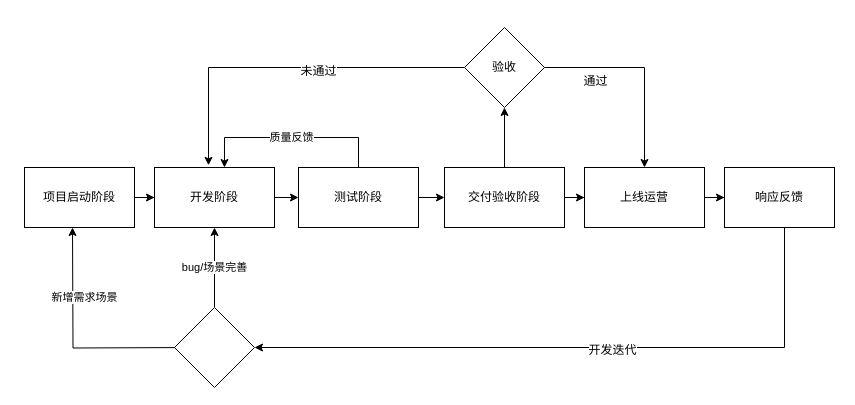
This is page "总体流程" (1 of 6) of 开发制度关键流程.drawio from mashifei/uml, a draw.io file, before an edit. Source tidied: cells renumbered, new cells numbered last; positions are measured from the earlier drawing's top-left corner, leaving out a move shared by most shapes. Both pictures are drawn from the tidied source at 100%, with x=0, y=0 at pixel (24, 27).
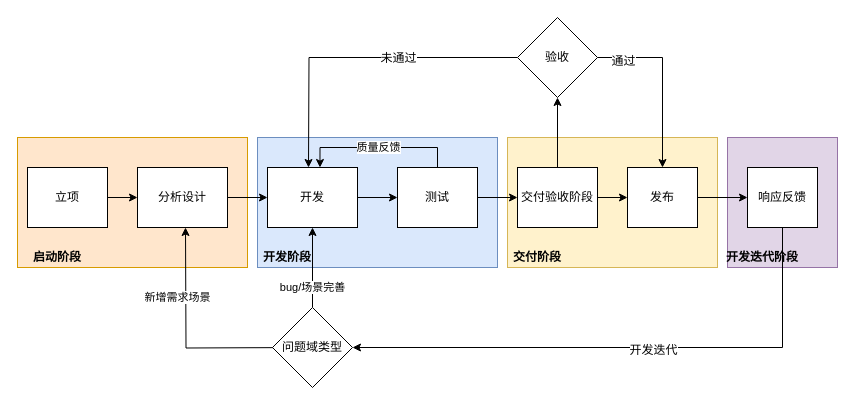
The same diagram, later.

Unchanged cells that the change refers to:
```xml
<mxCell id="23" style="edgeStyle=orthogonalEdgeStyle;rounded=0;jettySize=auto;html=1;entryX=0.5;entryY=0;entryDx=0;entryDy=0;exitX=1;exitY=0.5;exitDx=0;exitDy=0;" parent="1" edge="1" source="25" target="17">
  <mxGeometry relative="1" as="geometry" />
</mxCell>
```

Diff of the diagram source:
```diff
@@
+    <mxCell id="27" style="rounded=0;whiteSpace=wrap;html=1;fillColor=#e1d5e7;strokeColor=#9673a6;" parent="1" vertex="1">
+      <mxGeometry x="703" y="110" width="110" height="130" as="geometry" />
+    </mxCell>
+    <mxCell id="28" style="rounded=0;whiteSpace=wrap;html=1;fillColor=#fff2cc;strokeColor=#d6b656;" parent="1" vertex="1">
+      <mxGeometry x="483" y="110" width="210" height="130" as="geometry" />
+    </mxCell>
+    <mxCell id="29" style="rounded=0;whiteSpace=wrap;html=1;fillColor=#dae8fc;strokeColor=#6c8ebf;" parent="1" vertex="1">
+      <mxGeometry x="233" y="110" width="240" height="130" as="geometry" />
+    </mxCell>
+    <mxCell id="30" style="rounded=0;whiteSpace=wrap;html=1;fillColor=#ffe6cc;strokeColor=#d79b00;" parent="1" vertex="1">
+      <mxGeometry x="-7" y="110" width="230" height="130" as="geometry" />
+    </mxCell>
@@
-    <mxCell id="5" value="项目启动阶段" style="rounded=0;whiteSpace=wrap;html=1;" parent="1" vertex="1">
-      <mxGeometry y="140" width="110" height="60" as="geometry" />
+    <mxCell id="5" value="分析设计" style="rounded=0;whiteSpace=wrap;html=1;" parent="1" vertex="1">
+      <mxGeometry x="113" y="140" width="90" height="60" as="geometry" />
     </mxCell>
+    <mxCell id="31" style="edgeStyle=orthogonalEdgeStyle;rounded=0;jettySize=auto;html=1;entryX=0;entryY=0.5;entryDx=0;entryDy=0;" parent="1" edge="1" source="32" target="5">
+      <mxGeometry relative="1" as="geometry" />
+    </mxCell>
+    <mxCell id="32" value="立项" style="rounded=0;whiteSpace=wrap;html=1;" parent="1" vertex="1">
+      <mxGeometry x="3" y="140" width="80" height="60" as="geometry" />
+    </mxCell>
@@
-    <mxCell id="7" value="开发阶段" style="rounded=0;whiteSpace=wrap;html=1;" parent="1" vertex="1">
-      <mxGeometry x="130" y="140" width="120" height="60" as="geometry" />
+    <mxCell id="7" value="开发" style="rounded=0;whiteSpace=wrap;html=1;" parent="1" vertex="1">
+      <mxGeometry x="243" y="140" width="90" height="60" as="geometry" />
     </mxCell>
@@
     <mxCell id="9" value="质量反馈" style="edgeStyle=orthogonalEdgeStyle;rounded=0;jettySize=auto;html=1;entryX=0.583;entryY=0;entryDx=0;entryDy=0;entryPerimeter=0;exitX=0.5;exitY=0;exitDx=0;exitDy=0;" parent="1" edge="1" source="10" target="7">
       <mxGeometry relative="1" as="geometry">
         <Array as="points">
-          <mxPoint x="334" y="110" />
-          <mxPoint x="200" y="110" />
+          <mxPoint x="413" y="120" />
+          <mxPoint x="296" y="120" />
         </Array>
       </mxGeometry>
     </mxCell>
-    <mxCell id="10" value="测试阶段" style="rounded=0;whiteSpace=wrap;html=1;" parent="1" vertex="1">
-      <mxGeometry x="274" y="140" width="120" height="60" as="geometry" />
+    <mxCell id="10" value="测试" style="rounded=0;whiteSpace=wrap;html=1;" parent="1" vertex="1">
+      <mxGeometry x="373" y="140" width="80" height="60" as="geometry" />
     </mxCell>
@@
     <mxCell id="13" value="交付验收阶段" style="rounded=0;whiteSpace=wrap;html=1;" parent="1" vertex="1">
-      <mxGeometry x="420" y="140" width="120" height="60" as="geometry" />
+      <mxGeometry x="493" y="140" width="80" height="60" as="geometry" />
     </mxCell>
     <mxCell id="14" style="edgeStyle=orthogonalEdgeStyle;rounded=0;jettySize=auto;html=1;entryX=1;entryY=0.5;entryDx=0;entryDy=0;exitX=0.5;exitY=1;exitDx=0;exitDy=0;" parent="1" edge="1" source="26" target="20">
       <mxGeometry relative="1" as="geometry">
         <Array as="points">
-          <mxPoint x="760" y="320" />
+          <mxPoint x="758" y="320" />
         </Array>
       </mxGeometry>
     </mxCell>
@@
-    <mxCell id="17" value="上线运营" style="rounded=0;whiteSpace=wrap;html=1;" parent="1" vertex="1">
-      <mxGeometry x="560" y="140" width="120" height="60" as="geometry" />
+    <mxCell id="17" value="发布" style="rounded=0;whiteSpace=wrap;html=1;" parent="1" vertex="1">
+      <mxGeometry x="603" y="140" width="70" height="60" as="geometry" />
     </mxCell>
     <mxCell id="18" value="bug/场景完善" style="edgeStyle=orthogonalEdgeStyle;rounded=0;jettySize=auto;html=1;entryX=0.5;entryY=1;entryDx=0;entryDy=0;" parent="1" edge="1" source="20" target="7">
-      <mxGeometry relative="1" as="geometry" />
+      <mxGeometry x="-0.5" relative="1" as="geometry">
+        <Array as="points">
+          <mxPoint x="288" y="260" />
+          <mxPoint x="288" y="260" />
+        </Array>
+      </mxGeometry>
     </mxCell>
     <mxCell id="19" value="新增需求场景" style="edgeStyle=orthogonalEdgeStyle;rounded=0;orthogonalLoop=1;jettySize=auto;html=1;entryX=0.5;entryY=1;entryDx=0;entryDy=0;" parent="1" edge="1">
-      <mxGeometry x="0.42" y="-12" relative="1" as="geometry">
-        <mxPoint x="168" y="320" as="sourcePoint" />
-        <mxPoint x="48" y="200" as="targetPoint" />
+      <mxGeometry y="-51" relative="1" as="geometry">
+        <mxPoint x="281" y="320" as="sourcePoint" />
+        <mxPoint x="161" y="200" as="targetPoint" />
+        <mxPoint x="-59" y="-50" as="offset" />
       </mxGeometry>
     </mxCell>
-    <mxCell id="20" style="rhombus;whiteSpace=wrap;html=1;" parent="1" vertex="1">
-      <mxGeometry x="150" y="280" width="80" height="80" as="geometry" />
+    <mxCell id="20" value="问题域类型" style="rhombus;whiteSpace=wrap;html=1;" parent="1" vertex="1">
+      <mxGeometry x="248" y="280" width="80" height="80" as="geometry" />
     </mxCell>
-    <mxCell id="21" style="edgeStyle=orthogonalEdgeStyle;rounded=0;jettySize=auto;html=1;entryX=0.45;entryY=-0.037;entryDx=0;entryDy=0;entryPerimeter=0;" parent="1" edge="1" source="25" target="7">
-      <mxGeometry relative="1" as="geometry" />
+    <mxCell id="21" style="edgeStyle=orthogonalEdgeStyle;rounded=0;jettySize=auto;html=1;" parent="1" edge="1" source="25">
+      <mxGeometry relative="1" as="geometry">
+        <mxPoint x="284" y="140" as="targetPoint" />
+      </mxGeometry>
     </mxCell>
     <mxCell id="22" value="未通过" style="text;html=1;align=center;verticalAlign=middle;labelBackgroundColor=#ffffff;" parent="21" vertex="1">
-      <mxGeometry x="-0.17" y="3" relative="1" as="geometry" />
+      <mxGeometry x="-0.17" y="3" relative="1" as="geometry">
+        <mxPoint x="12" y="-3" as="offset" />
+      </mxGeometry>
     </mxCell>
@@
     <mxCell id="24" value="通过" style="text;html=1;align=center;verticalAlign=middle;labelBackgroundColor=#ffffff;" parent="23" vertex="1">
       <mxGeometry x="0.13" y="-24" relative="1" as="geometry">
-        <mxPoint x="-26" as="offset" />
+        <mxPoint x="-16" y="-31" as="offset" />
       </mxGeometry>
     </mxCell>
     <mxCell id="25" value="验收" style="rhombus;whiteSpace=wrap;html=1;" parent="1" vertex="1">
-      <mxGeometry x="440" width="80" height="80" as="geometry" />
+      <mxGeometry x="493" y="-10" width="80" height="80" as="geometry" />
     </mxCell>
     <mxCell id="26" value="响应反馈" style="rounded=0;whiteSpace=wrap;html=1;" parent="1" vertex="1">
-      <mxGeometry x="700" y="140" width="110" height="60" as="geometry" />
+      <mxGeometry x="723" y="140" width="70" height="60" as="geometry" />
     </mxCell>
+    <mxCell id="33" value="启动阶段" style="text;html=1;strokeColor=none;fillColor=none;align=center;verticalAlign=middle;whiteSpace=wrap;rounded=0;fontStyle=1;" parent="1" vertex="1">
+      <mxGeometry x="3" y="220" width="60" height="20" as="geometry" />
+    </mxCell>
+    <mxCell id="34" value="开发阶段" style="text;html=1;strokeColor=none;fillColor=none;align=center;verticalAlign=middle;whiteSpace=wrap;rounded=0;fontStyle=1;" parent="1" vertex="1">
+      <mxGeometry x="233" y="220" width="60" height="20" as="geometry" />
+    </mxCell>
+    <mxCell id="35" value="交付阶段" style="text;html=1;strokeColor=none;fillColor=none;align=center;verticalAlign=middle;whiteSpace=wrap;rounded=0;fontStyle=1;" parent="1" vertex="1">
+      <mxGeometry x="483" y="220" width="60" height="20" as="geometry" />
+    </mxCell>
+    <mxCell id="36" value="开发迭代阶段" style="text;html=1;strokeColor=none;fillColor=none;align=center;verticalAlign=middle;whiteSpace=wrap;rounded=0;fontStyle=1;" parent="1" vertex="1">
+      <mxGeometry x="693" y="220" width="90" height="20" as="geometry" />
+    </mxCell>
```
